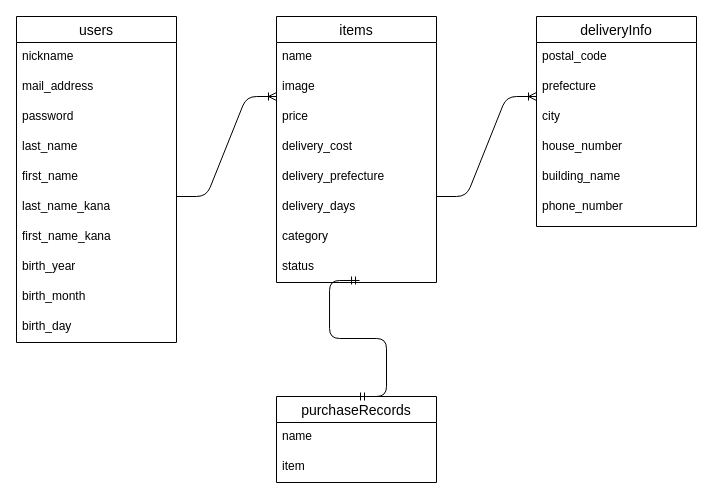
This is er.dio from Roohit2/furima-39013, a draw.io file, before an edit. Source tidied: cells renumbered, new cells numbered last; positions are measured from the earlier drawing's top-left corner, leaving out a move shared by most shapes. Both pictures are drawn from the tidied source at 100%, with x=0, y=0 at pixel (16, 16).
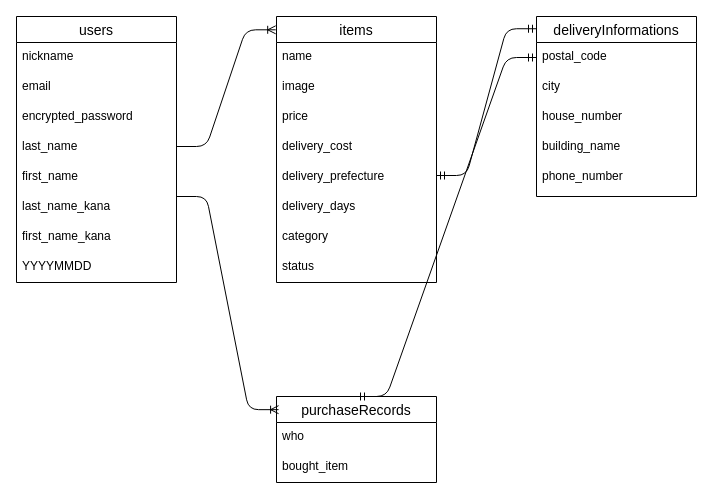
After the change.

Commit message (it also covers changes not shown here):
DB設計の修正

The change refers to these unchanged cells:
```xml
<mxCell id="13" value="items" style="swimlane;fontStyle=0;horizontal=1;startSize=26;align=center;fontSize=14;" parent="1" vertex="1">
  <mxGeometry x="260" width="160" height="266" as="geometry" />
</mxCell>
<mxCell id="21" value="status" style="text;strokeColor=none;fillColor=none;spacingLeft=4;spacingRight=4;overflow=hidden;points=[[0,0.5],[1,0.5]];portConstraint=eastwest;fontSize=12;" parent="13" vertex="1">
  <mxGeometry y="236" width="160" height="30" as="geometry" />
</mxCell>
<mxCell id="22" value="purchaseRecords" style="swimlane;fontStyle=0;horizontal=1;startSize=26;align=center;fontSize=14;" parent="1" vertex="1">
  <mxGeometry x="260" y="380" width="160" height="86" as="geometry" />
</mxCell>
<mxCell id="26" value="postal_code" style="text;strokeColor=none;fillColor=none;spacingLeft=4;spacingRight=4;overflow=hidden;points=[[0,0.5],[1,0.5]];portConstraint=eastwest;fontSize=12;" parent="25" vertex="1">
  <mxGeometry y="26" width="160" height="30" as="geometry" />
</mxCell>
```

The edit, as a diff of the source:
```diff
@@
     <mxCell id="2" value="users" style="swimlane;fontStyle=0;horizontal=1;startSize=26;align=center;fontSize=14;" parent="1" vertex="1">
-      <mxGeometry width="160" height="326" as="geometry" />
+      <mxGeometry width="160" height="266" as="geometry" />
     </mxCell>
@@
-    <mxCell id="4" value="mail_address" style="text;strokeColor=none;fillColor=none;spacingLeft=4;spacingRight=4;overflow=hidden;fontSize=12;" parent="2" vertex="1">
+    <mxCell id="4" value="email" style="text;strokeColor=none;fillColor=none;spacingLeft=4;spacingRight=4;overflow=hidden;fontSize=12;" parent="2" vertex="1">
       <mxGeometry y="56" width="160" height="30" as="geometry" />
     </mxCell>
-    <mxCell id="5" value="password" style="text;strokeColor=none;fillColor=none;spacingLeft=4;spacingRight=4;overflow=hidden;fontSize=12;" parent="2" vertex="1">
+    <mxCell id="5" value="encrypted_password" style="text;strokeColor=none;fillColor=none;spacingLeft=4;spacingRight=4;overflow=hidden;fontSize=12;" parent="2" vertex="1">
       <mxGeometry y="86" width="160" height="30" as="geometry" />
     </mxCell>
@@
-    <mxCell id="10" value="birth_year" style="text;strokeColor=none;fillColor=none;spacingLeft=4;spacingRight=4;overflow=hidden;fontSize=12;" parent="2" vertex="1">
+    <mxCell id="10" value="YYYYMMDD" style="text;strokeColor=none;fillColor=none;spacingLeft=4;spacingRight=4;overflow=hidden;fontSize=12;" parent="2" vertex="1">
       <mxGeometry y="236" width="160" height="30" as="geometry" />
     </mxCell>
-    <mxCell id="11" value="birth_month" style="text;strokeColor=none;fillColor=none;spacingLeft=4;spacingRight=4;overflow=hidden;fontSize=12;" parent="2" vertex="1">
-      <mxGeometry y="266" width="160" height="30" as="geometry" />
-    </mxCell>
-    <mxCell id="12" value="birth_day" style="text;strokeColor=none;fillColor=none;spacingLeft=4;spacingRight=4;overflow=hidden;fontSize=12;" parent="2" vertex="1">
-      <mxGeometry y="296" width="160" height="30" as="geometry" />
-    </mxCell>
@@
-    <mxCell id="23" value="name" style="text;strokeColor=none;fillColor=none;spacingLeft=4;spacingRight=4;overflow=hidden;fontSize=12;" parent="22" vertex="1">
+    <mxCell id="23" value="who" style="text;strokeColor=none;fillColor=none;spacingLeft=4;spacingRight=4;overflow=hidden;fontSize=12;" parent="22" vertex="1">
       <mxGeometry y="26" width="160" height="30" as="geometry" />
     </mxCell>
-    <mxCell id="24" value="item" style="text;strokeColor=none;fillColor=none;spacingLeft=4;spacingRight=4;overflow=hidden;fontSize=12;" parent="22" vertex="1">
+    <mxCell id="24" value="bought_item" style="text;strokeColor=none;fillColor=none;spacingLeft=4;spacingRight=4;overflow=hidden;fontSize=12;" parent="22" vertex="1">
       <mxGeometry y="56" width="160" height="30" as="geometry" />
     </mxCell>
-    <mxCell id="25" value="deliveryInfo" style="swimlane;fontStyle=0;horizontal=1;startSize=26;align=center;fontSize=14;" parent="1" vertex="1">
-      <mxGeometry x="520" width="160" height="210" as="geometry" />
+    <mxCell id="25" value="deliveryInformations" style="swimlane;fontStyle=0;horizontal=1;startSize=26;align=center;fontSize=14;" parent="1" vertex="1">
+      <mxGeometry x="520" width="160" height="180" as="geometry" />
     </mxCell>
@@
-    <mxCell id="27" value="prefecture" style="text;strokeColor=none;fillColor=none;spacingLeft=4;spacingRight=4;overflow=hidden;fontSize=12;" parent="25" vertex="1">
-      <mxGeometry y="56" width="160" height="30" as="geometry" />
-    </mxCell>
     <mxCell id="28" value="city" style="text;strokeColor=none;fillColor=none;spacingLeft=4;spacingRight=4;overflow=hidden;fontSize=12;" parent="25" vertex="1">
-      <mxGeometry y="86" width="160" height="30" as="geometry" />
+      <mxGeometry y="56" width="160" height="30" as="geometry" />
     </mxCell>
     <mxCell id="29" value="house_number" style="text;strokeColor=none;fillColor=none;spacingLeft=4;spacingRight=4;overflow=hidden;fontSize=12;" parent="25" vertex="1">
-      <mxGeometry y="116" width="160" height="30" as="geometry" />
+      <mxGeometry y="86" width="160" height="30" as="geometry" />
     </mxCell>
     <mxCell id="30" value="building_name" style="text;strokeColor=none;fillColor=none;spacingLeft=4;spacingRight=4;overflow=hidden;fontSize=12;" parent="25" vertex="1">
-      <mxGeometry y="146" width="160" height="30" as="geometry" />
+      <mxGeometry y="116" width="160" height="30" as="geometry" />
     </mxCell>
     <mxCell id="31" value="phone_number" style="text;strokeColor=none;fillColor=none;spacingLeft=4;spacingRight=4;overflow=hidden;fontSize=12;" parent="25" vertex="1">
-      <mxGeometry y="176" width="160" height="34" as="geometry" />
+      <mxGeometry y="146" width="160" height="34" as="geometry" />
     </mxCell>
-    <mxCell id="32" style="edgeStyle=entityRelationEdgeStyle;fontSize=12;html=1;endArrow=ERoneToMany;" parent="1" edge="1">
+    <mxCell id="32" style="edgeStyle=entityRelationEdgeStyle;fontSize=12;html=1;endArrow=ERoneToMany;entryX=0.013;entryY=0.153;entryDx=0;entryDy=0;entryPerimeter=0;" parent="1" edge="1" target="22">
       <mxGeometry relative="1" as="geometry">
         <mxPoint x="160" y="180" as="sourcePoint" />
-        <mxPoint x="260" y="80" as="targetPoint" />
       </mxGeometry>
     </mxCell>
-    <mxCell id="33" style="edgeStyle=entityRelationEdgeStyle;fontSize=12;html=1;endArrow=ERoneToMany;" parent="1" edge="1">
-      <mxGeometry relative="1" as="geometry">
-        <mxPoint x="420" y="180" as="sourcePoint" />
-        <mxPoint x="520" y="80" as="targetPoint" />
-      </mxGeometry>
-    </mxCell>
-    <mxCell id="34" style="edgeStyle=entityRelationEdgeStyle;fontSize=12;html=1;endArrow=ERmandOne;startArrow=ERmandOne;exitX=0.5;exitY=0;exitDx=0;exitDy=0;entryX=0.519;entryY=0.933;entryDx=0;entryDy=0;entryPerimeter=0;" parent="1" edge="1" source="22" target="21">
+    <mxCell id="34" style="edgeStyle=entityRelationEdgeStyle;fontSize=12;html=1;endArrow=ERmandOne;startArrow=ERmandOne;exitX=0.5;exitY=0;exitDx=0;exitDy=0;entryX=0;entryY=0.5;entryDx=0;entryDy=0;" parent="1" edge="1" source="22" target="26">
       <mxGeometry relative="1" as="geometry" />
     </mxCell>
+    <mxCell id="35" style="edgeStyle=entityRelationEdgeStyle;fontSize=12;html=1;endArrow=ERoneToMany;entryX=-0.005;entryY=0.05;entryDx=0;entryDy=0;entryPerimeter=0;" parent="1" edge="1" target="13">
+      <mxGeometry relative="1" as="geometry">
+        <mxPoint x="160" y="130" as="sourcePoint" />
+      </mxGeometry>
+    </mxCell>
+    <mxCell id="36" style="edgeStyle=entityRelationEdgeStyle;fontSize=12;html=1;endArrow=ERmandOne;startArrow=ERmandOne;exitX=0.5;exitY=0;exitDx=0;exitDy=0;entryX=0;entryY=0.068;entryDx=0;entryDy=0;entryPerimeter=0;" parent="1" edge="1" target="25">
+      <mxGeometry relative="1" as="geometry">
+        <mxPoint x="420" y="159" as="sourcePoint" />
+      </mxGeometry>
+    </mxCell>
```
